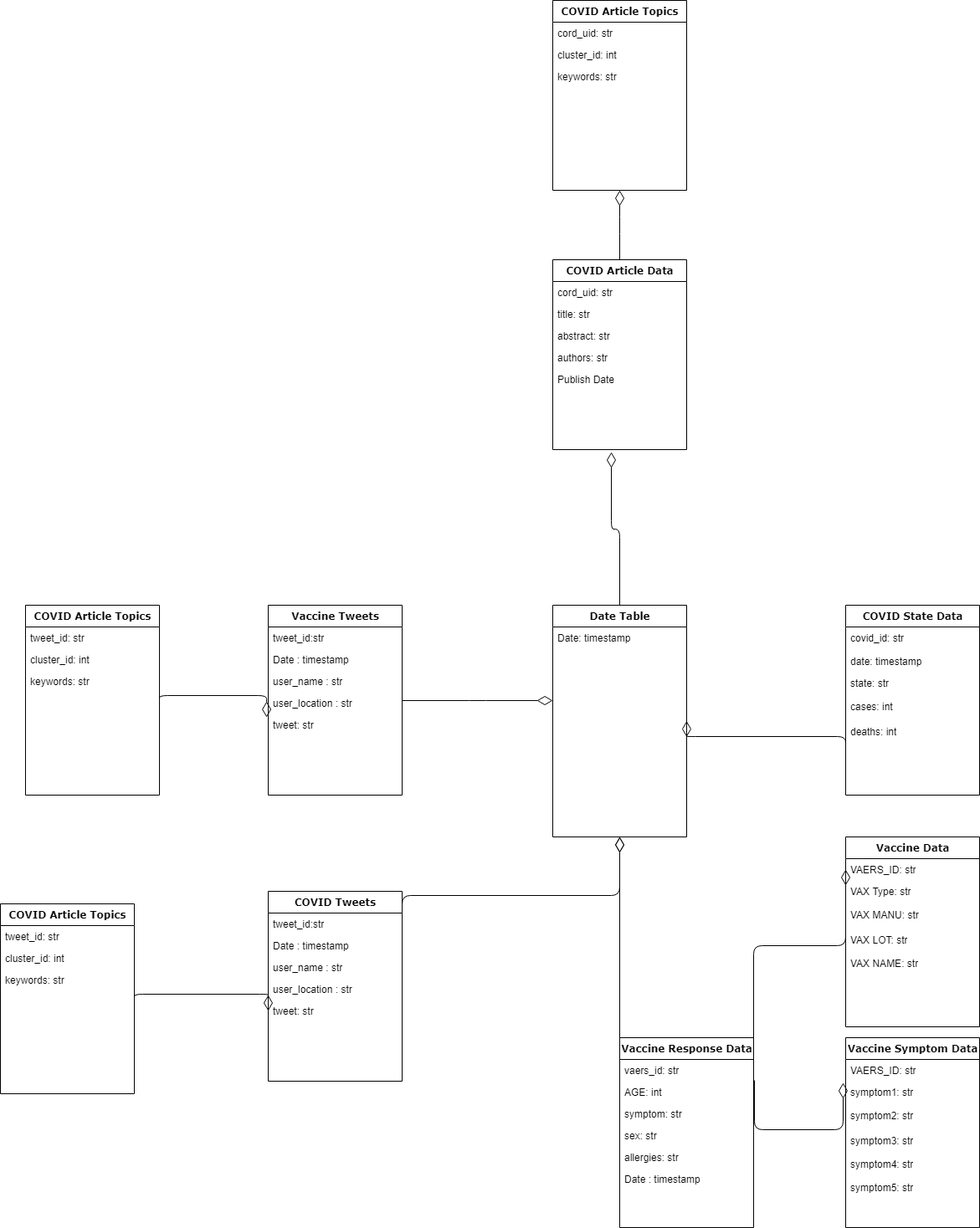
The draw.io diagram images/Data Model.png in mitchjablonski/COVID_Data_Review_Pipeline, before a commit. Source tidied: cells renumbered, new cells last; positions are measured from the earlier drawing's top-left corner, leaving out a move shared by most shapes.
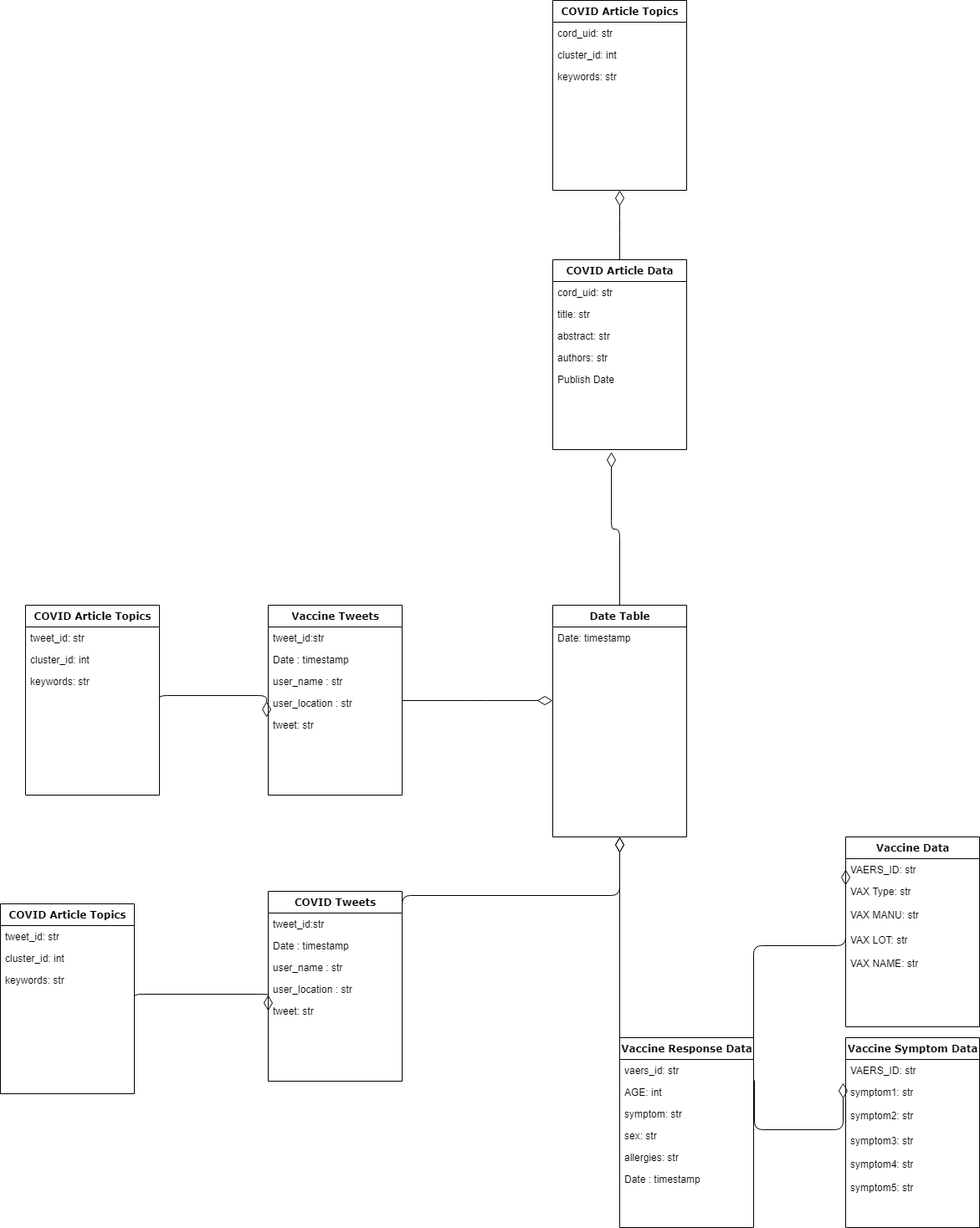
Above is the later version.

Commit message:
updates diagrams to show that vaccine daily, and case daily are not currently included

Diff of the diagram source:
```diff
@@ -145,33 +145,6 @@
         </Array>
       </mxGeometry>
     </mxCell>
-    <mxCell id="41" value="COVID State Data" style="swimlane;html=1;fontStyle=1;align=center;verticalAlign=top;horizontal=1;startSize=26;swimlaneFillColor=#ffffff;rounded=0;shadow=0;comic=0;labelBackgroundColor=none;strokeWidth=1;fillColor=none;fontFamily=Verdana;fontSize=12;" parent="1" vertex="1">
-      <mxGeometry x="1010" y="723" width="160" height="227" as="geometry" />
-    </mxCell>
-    <mxCell id="42" value="covid_id: str" style="text;html=1;strokeColor=none;fillColor=none;align=left;verticalAlign=top;spacingLeft=4;spacingRight=4;whiteSpace=wrap;overflow=hidden;" parent="41" vertex="1">
-      <mxGeometry y="26" width="160" height="28" as="geometry" />
-    </mxCell>
-    <mxCell id="43" value="date: timestamp" style="text;html=1;strokeColor=none;fillColor=none;align=left;verticalAlign=top;spacingLeft=4;spacingRight=4;whiteSpace=wrap;overflow=hidden;" parent="41" vertex="1">
-      <mxGeometry y="54" width="160" height="26" as="geometry" />
-    </mxCell>
-    <mxCell id="44" value="state: str" style="text;html=1;strokeColor=none;fillColor=none;align=left;verticalAlign=top;spacingLeft=4;spacingRight=4;whiteSpace=wrap;overflow=hidden;" parent="41" vertex="1">
-      <mxGeometry y="80" width="160" height="28" as="geometry" />
-    </mxCell>
-    <mxCell id="45" value="cases: int" style="text;html=1;strokeColor=none;fillColor=none;align=left;verticalAlign=top;spacingLeft=4;spacingRight=4;whiteSpace=wrap;overflow=hidden;" parent="41" vertex="1">
-      <mxGeometry y="108" width="160" height="30" as="geometry" />
-    </mxCell>
-    <mxCell id="46" value="deaths: int" style="text;html=1;strokeColor=none;fillColor=none;align=left;verticalAlign=top;spacingLeft=4;spacingRight=4;whiteSpace=wrap;overflow=hidden;" parent="41" vertex="1">
-      <mxGeometry y="138" width="160" height="28" as="geometry" />
-    </mxCell>
-    <mxCell id="47" style="edgeStyle=elbowEdgeStyle;html=1;labelBackgroundColor=none;startFill=0;startSize=8;endArrow=diamondThin;endFill=0;endSize=16;fontFamily=Verdana;fontSize=12;elbow=vertical;exitX=0;exitY=0.75;exitDx=0;exitDy=0;entryX=1;entryY=0.5;entryDx=0;entryDy=0;" parent="1" edge="1" source="41" target="8">
-      <mxGeometry relative="1" as="geometry">
-        <Array as="points">
-          <mxPoint x="940" y="880" />
-          <mxPoint x="960" y="1232.5" />
-          <mxPoint x="770" y="962.5" />
-        </Array>
-      </mxGeometry>
-    </mxCell>
     <mxCell id="48" value="COVID Article Data" style="swimlane;html=1;fontStyle=1;align=center;verticalAlign=top;horizontal=1;startSize=26;swimlaneFillColor=#ffffff;rounded=0;shadow=0;comic=0;labelBackgroundColor=none;strokeWidth=1;fillColor=none;fontFamily=Verdana;fontSize=12;" parent="1" vertex="1">
       <mxGeometry x="660" y="310" width="160" height="227" as="geometry" />
     </mxCell>
```
